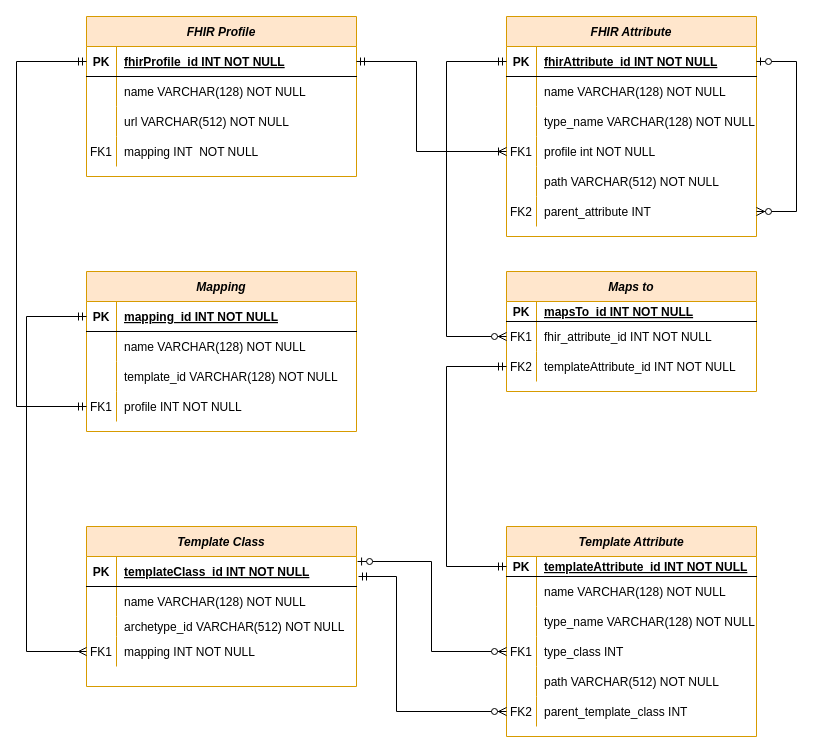
The draw.io diagram ERMasterarbeit.drawio in jsachau/drawio, before the edit. Source tidied: cells renumbered, new cells numbered last; positions are measured from the earlier drawing's top-left corner, leaving out a move shared by most shapes. Both pictures are drawn from the tidied source at 100%, with x=0, y=0 at pixel (16, 16).
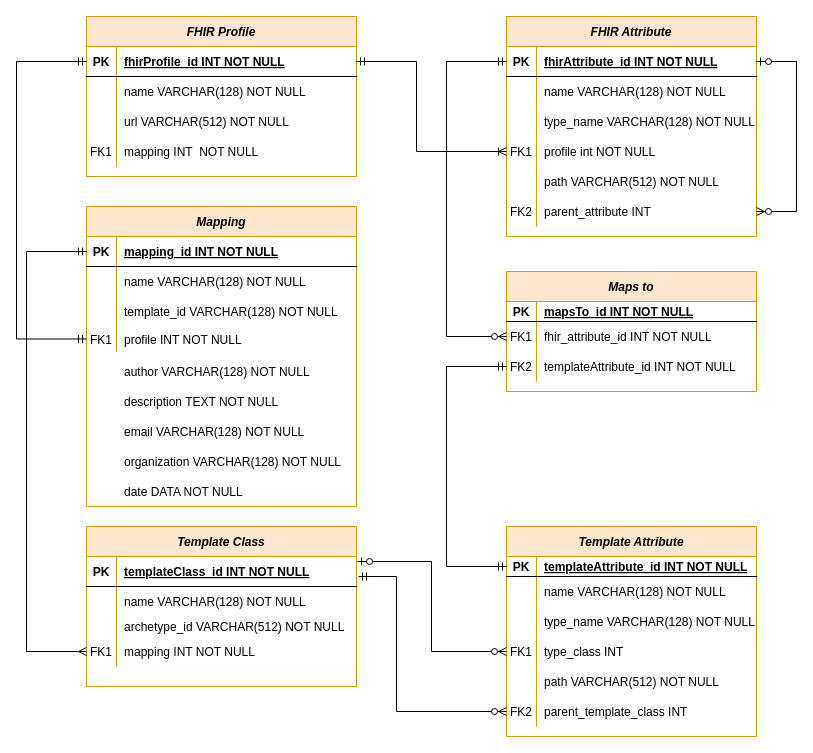
Above is the later version.

Unchanged cells that the change refers to:
```xml
<mxCell id="12" style="shape=partialRectangle;fillColor=none;points=[[0,0.5],[1,0.5]];portConstraint=eastwest;top=0;left=0;right=0;bottom=0;" parent="2" vertex="1">
  <mxGeometry y="110" width="270" height="30" as="geometry" />
</mxCell>
<mxCell id="35" style="shape=partialRectangle;fillColor=none;points=[[0,0.5],[1,0.5]];portConstraint=eastwest;top=0;left=0;right=0;bottom=1;" parent="34" vertex="1">
  <mxGeometry y="30" width="270" height="30" as="geometry" />
</mxCell>
<mxCell id="48" style="shape=partialRectangle;fillColor=none;points=[[0,0.5],[1,0.5]];portConstraint=eastwest;top=0;left=0;right=0;bottom=1;" parent="47" vertex="1">
  <mxGeometry y="30" width="270" height="30" as="geometry" />
</mxCell>
```

Diff of the diagram source:
```diff
@@
     <mxCell id="34" value="Mapping" style="shape=table;startSize=30;childLayout=tableLayout;rowLines=0;fontStyle=3;align=center;fillColor=#ffe6cc;strokeColor=#d79b00;" parent="1" vertex="1">
-      <mxGeometry x="70" y="255" width="270" height="160" as="geometry" />
+      <mxGeometry x="70" y="190" width="270" height="300" as="geometry" />
     </mxCell>
@@
     <mxCell id="44" style="shape=partialRectangle;fillColor=none;points=[[0,0.5],[1,0.5]];portConstraint=eastwest;top=0;left=0;right=0;bottom=0;" parent="34" vertex="1">
-      <mxGeometry y="120" width="270" height="30" as="geometry" />
+      <mxGeometry y="120" width="270" height="25" as="geometry" />
     </mxCell>
     <mxCell id="45" value="FK1" style="shape=partialRectangle;overflow=hidden;fillColor=none;top=0;left=0;bottom=0;right=0;" parent="44" vertex="1">
-      <mxGeometry width="30" height="30" as="geometry" />
+      <mxGeometry width="30" height="25" as="geometry" />
     </mxCell>
     <mxCell id="46" value="profile INT NOT NULL" style="shape=partialRectangle;overflow=hidden;fillColor=none;top=0;left=0;bottom=0;right=0;align=left;spacingLeft=6;" parent="44" vertex="1">
-      <mxGeometry x="30" width="240" height="30" as="geometry" />
+      <mxGeometry x="30" width="240" height="25" as="geometry" />
     </mxCell>
@@
     <mxCell id="92" style="edgeStyle=orthogonalEdgeStyle;rounded=0;jumpStyle=none;jettySize=auto;html=1;exitX=0;exitY=0.5;exitDx=0;exitDy=0;entryX=0;entryY=0.5;entryDx=0;entryDy=0;startArrow=ERmandOne;startFill=0;endArrow=ERmandOne;endFill=0;strokeColor=#000000;" parent="1" edge="1" source="44" target="48">
       <mxGeometry relative="1" as="geometry">
         <Array as="points">
-          <mxPoint y="390" />
+          <mxPoint y="323" />
           <mxPoint y="45" />
         </Array>
       </mxGeometry>
     </mxCell>
@@
     <mxCell id="95" style="edgeStyle=orthogonalEdgeStyle;rounded=0;jumpStyle=none;jettySize=auto;html=1;exitX=0;exitY=0.5;exitDx=0;exitDy=0;entryX=0;entryY=0.5;entryDx=0;entryDy=0;startArrow=ERmany;startFill=0;endArrow=ERmandOne;endFill=0;strokeColor=#000000;" parent="1" edge="1" source="12" target="35">
       <mxGeometry relative="1" as="geometry">
         <Array as="points">
           <mxPoint x="10" y="635" />
-          <mxPoint x="10" y="300" />
+          <mxPoint x="10" y="235" />
         </Array>
       </mxGeometry>
     </mxCell>
@@
+    <mxCell id="97" value="author VARCHAR(128) NOT NULL" style="shape=partialRectangle;overflow=hidden;fillColor=none;top=0;left=0;bottom=0;right=0;align=left;spacingLeft=6;" parent="1" vertex="1">
+      <mxGeometry x="100" y="340" width="240" height="30" as="geometry" />
+    </mxCell>
+    <mxCell id="98" value="description TEXT NOT NULL" style="shape=partialRectangle;overflow=hidden;fillColor=none;top=0;left=0;bottom=0;right=0;align=left;spacingLeft=6;" parent="1" vertex="1">
+      <mxGeometry x="100" y="370" width="240" height="30" as="geometry" />
+    </mxCell>
+    <mxCell id="99" value="email VARCHAR(128) NOT NULL" style="shape=partialRectangle;overflow=hidden;fillColor=none;top=0;left=0;bottom=0;right=0;align=left;spacingLeft=6;" parent="1" vertex="1">
+      <mxGeometry x="100" y="400" width="240" height="30" as="geometry" />
+    </mxCell>
+    <mxCell id="100" value="organization VARCHAR(128) NOT NULL" style="shape=partialRectangle;overflow=hidden;fillColor=none;top=0;left=0;bottom=0;right=0;align=left;spacingLeft=6;" parent="1" vertex="1">
+      <mxGeometry x="100" y="430" width="240" height="30" as="geometry" />
+    </mxCell>
+    <mxCell id="101" value="date DATA NOT NULL" style="shape=partialRectangle;overflow=hidden;fillColor=none;top=0;left=0;bottom=0;right=0;align=left;spacingLeft=6;" parent="1" vertex="1">
+      <mxGeometry x="100" y="460" width="240" height="30" as="geometry" />
+    </mxCell>
```
